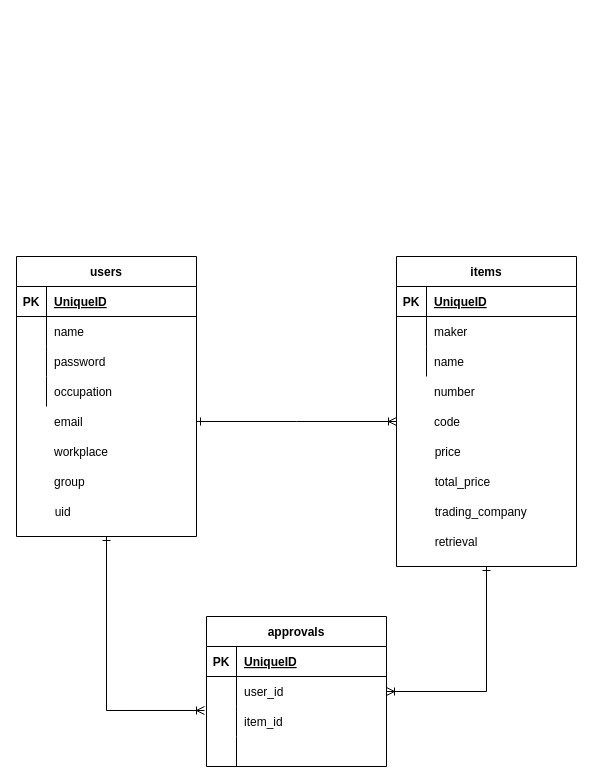
This is ER.dio from d-cho623/ponyosky, a draw.io file, before an edit. Source tidied: cells renumbered, new cells numbered last; positions are measured from the earlier drawing's top-left corner, leaving out a move shared by most shapes. Both pictures are drawn from the tidied source at 100%, with x=0, y=0 at pixel (16, 256).
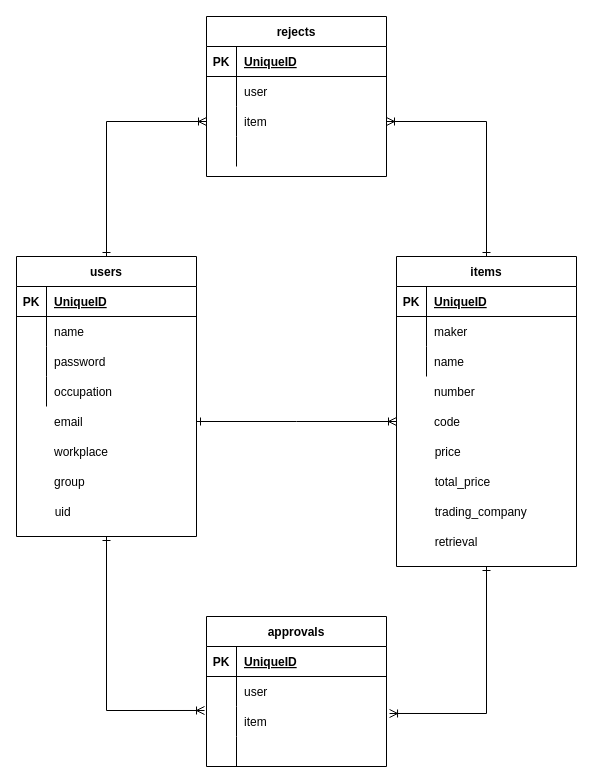
The same page after the edit.

The change refers to these unchanged cells:
```xml
<mxCell id="3" value="items" style="shape=table;startSize=30;childLayout=tableLayout;rowLines=0;fontStyle=1;align=center;" parent="1" vertex="1">
  <mxGeometry x="380" width="180" height="310" as="geometry" />
</mxCell>
<mxCell id="14" value="users" style="shape=table;startSize=30;childLayout=tableLayout;rowLines=0;fontStyle=1;align=center;" parent="1" vertex="1">
  <mxGeometry width="180" height="280" as="geometry" />
</mxCell>
<mxCell id="56" style="shape=partialRectangle;fillColor=none;top=0;left=0;bottom=0;right=0;points=[[0,0.5],[1,0.5]];portConstraint=eastwest;" parent="52" vertex="1">
  <mxGeometry y="60" width="180" height="30" as="geometry" />
</mxCell>
<mxCell id="59" style="shape=partialRectangle;fillColor=none;top=0;left=0;bottom=0;right=0;points=[[0,0.5],[1,0.5]];portConstraint=eastwest;" parent="52" vertex="1">
  <mxGeometry y="90" width="180" height="30" as="geometry" />
</mxCell>
```

Diff of the diagram source:
```diff
@@
-    <mxCell id="2" style="edgeStyle=orthogonalEdgeStyle;rounded=0;jettySize=auto;html=1;exitX=0.5;exitY=1;exitDx=0;exitDy=0;endArrow=ERoneToMany;endFill=0;startArrow=ERone;startFill=0;" parent="1" edge="1" source="3" target="56">
+    <mxCell id="2" style="edgeStyle=orthogonalEdgeStyle;rounded=0;jettySize=auto;html=1;exitX=0.5;exitY=1;exitDx=0;exitDy=0;endArrow=ERoneToMany;endFill=0;startArrow=ERone;startFill=0;entryX=1.017;entryY=0.233;entryDx=0;entryDy=0;entryPerimeter=0;" parent="1" edge="1" source="3" target="59">
       <mxGeometry relative="1" as="geometry" />
     </mxCell>
+    <mxCell id="71" style="edgeStyle=orthogonalEdgeStyle;rounded=0;jettySize=auto;html=1;exitX=0.5;exitY=0;exitDx=0;exitDy=0;entryX=1;entryY=0.5;entryDx=0;entryDy=0;startArrow=ERone;startFill=0;endArrow=ERoneToMany;endFill=0;" parent="1" edge="1" source="3" target="80">
+      <mxGeometry relative="1" as="geometry" />
+    </mxCell>
@@
+    <mxCell id="72" style="edgeStyle=orthogonalEdgeStyle;rounded=0;jettySize=auto;html=1;exitX=0.5;exitY=0;exitDx=0;exitDy=0;entryX=0;entryY=0.5;entryDx=0;entryDy=0;endArrow=ERoneToMany;endFill=0;startArrow=ERone;startFill=0;" parent="1" edge="1" source="14" target="80">
+      <mxGeometry relative="1" as="geometry" />
+    </mxCell>
@@
-    <mxCell id="58" value="user_id" style="shape=partialRectangle;fillColor=none;top=0;left=0;bottom=0;right=0;align=left;spacingLeft=6;overflow=hidden;" parent="56" vertex="1">
+    <mxCell id="58" value="user" style="shape=partialRectangle;fillColor=none;top=0;left=0;bottom=0;right=0;align=left;spacingLeft=6;overflow=hidden;" parent="56" vertex="1">
       <mxGeometry x="30" width="150" height="30" as="geometry" />
     </mxCell>
@@
-    <mxCell id="61" value="item_id" style="shape=partialRectangle;fillColor=none;top=0;left=0;bottom=0;right=0;align=left;spacingLeft=6;overflow=hidden;" parent="59" vertex="1">
+    <mxCell id="61" value="item" style="shape=partialRectangle;fillColor=none;top=0;left=0;bottom=0;right=0;align=left;spacingLeft=6;overflow=hidden;" parent="59" vertex="1">
       <mxGeometry x="30" width="150" height="30" as="geometry" />
     </mxCell>
@@
+    <mxCell id="73" value="rejects" style="shape=table;startSize=30;childLayout=tableLayout;rowLines=0;fontStyle=1;align=center;" parent="1" vertex="1">
+      <mxGeometry x="190" y="-240" width="180" height="160" as="geometry" />
+    </mxCell>
+    <mxCell id="74" style="shape=partialRectangle;fillColor=none;top=0;left=0;bottom=1;right=0;" parent="73" vertex="1">
+      <mxGeometry y="30" width="180" height="30" as="geometry" />
+    </mxCell>
+    <mxCell id="75" value="PK" style="shape=partialRectangle;fillColor=none;top=0;left=0;bottom=0;right=0;fontStyle=1;overflow=hidden;" parent="74" vertex="1">
+      <mxGeometry width="30" height="30" as="geometry" />
+    </mxCell>
+    <mxCell id="76" value="UniqueID" style="shape=partialRectangle;fillColor=none;top=0;left=0;bottom=0;right=0;align=left;spacingLeft=6;fontStyle=5;overflow=hidden;" parent="74" vertex="1">
+      <mxGeometry x="30" width="150" height="30" as="geometry" />
+    </mxCell>
+    <mxCell id="77" style="shape=partialRectangle;fillColor=none;top=0;left=0;bottom=0;right=0;" parent="73" vertex="1">
+      <mxGeometry y="60" width="180" height="30" as="geometry" />
+    </mxCell>
+    <mxCell id="78" style="shape=partialRectangle;fillColor=none;top=0;left=0;bottom=0;right=0;overflow=hidden;" parent="77" vertex="1">
+      <mxGeometry width="30" height="30" as="geometry" />
+    </mxCell>
+    <mxCell id="79" value="user" style="shape=partialRectangle;fillColor=none;top=0;left=0;bottom=0;right=0;align=left;spacingLeft=6;overflow=hidden;" parent="77" vertex="1">
+      <mxGeometry x="30" width="150" height="30" as="geometry" />
+    </mxCell>
+    <mxCell id="80" style="shape=partialRectangle;fillColor=none;top=0;left=0;bottom=0;right=0;points=[[0,0.5],[1,0.5]];portConstraint=eastwest;" parent="73" vertex="1">
+      <mxGeometry y="90" width="180" height="30" as="geometry" />
+    </mxCell>
+    <mxCell id="81" style="shape=partialRectangle;fillColor=none;top=0;left=0;bottom=0;right=0;overflow=hidden;" parent="80" vertex="1">
+      <mxGeometry width="30" height="30" as="geometry" />
+    </mxCell>
+    <mxCell id="82" value="item" style="shape=partialRectangle;fillColor=none;top=0;left=0;bottom=0;right=0;align=left;spacingLeft=6;overflow=hidden;" parent="80" vertex="1">
+      <mxGeometry x="30" width="150" height="30" as="geometry" />
+    </mxCell>
+    <mxCell id="83" style="shape=partialRectangle;fillColor=none;top=0;left=0;bottom=0;right=0;" parent="73" vertex="1">
+      <mxGeometry y="120" width="180" height="30" as="geometry" />
+    </mxCell>
+    <mxCell id="84" style="shape=partialRectangle;fillColor=none;top=0;left=0;bottom=0;right=0;overflow=hidden;" parent="83" vertex="1">
+      <mxGeometry width="30" height="30" as="geometry" />
+    </mxCell>
+    <mxCell id="85" style="shape=partialRectangle;fillColor=none;top=0;left=0;bottom=0;right=0;align=left;spacingLeft=6;overflow=hidden;" parent="83" vertex="1">
+      <mxGeometry x="30" width="150" height="30" as="geometry" />
+    </mxCell>
```
